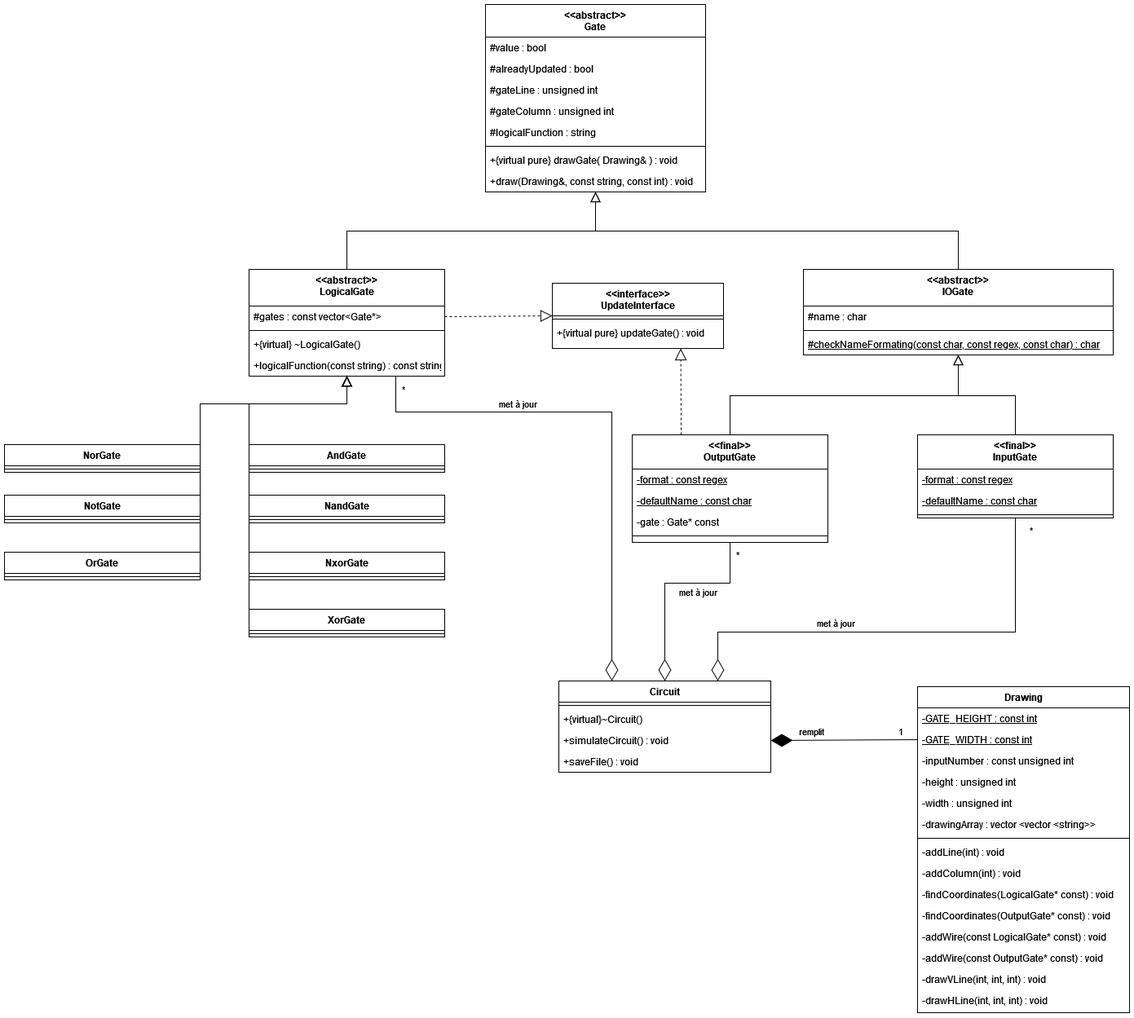
The draw.io diagram 01-Documentation/UML.png in clement-gresh/M1-portes_logiques, before a commit. Source tidied: cells renumbered, new cells last; positions are measured from the earlier drawing's top-left corner, leaving out a move shared by most shapes.
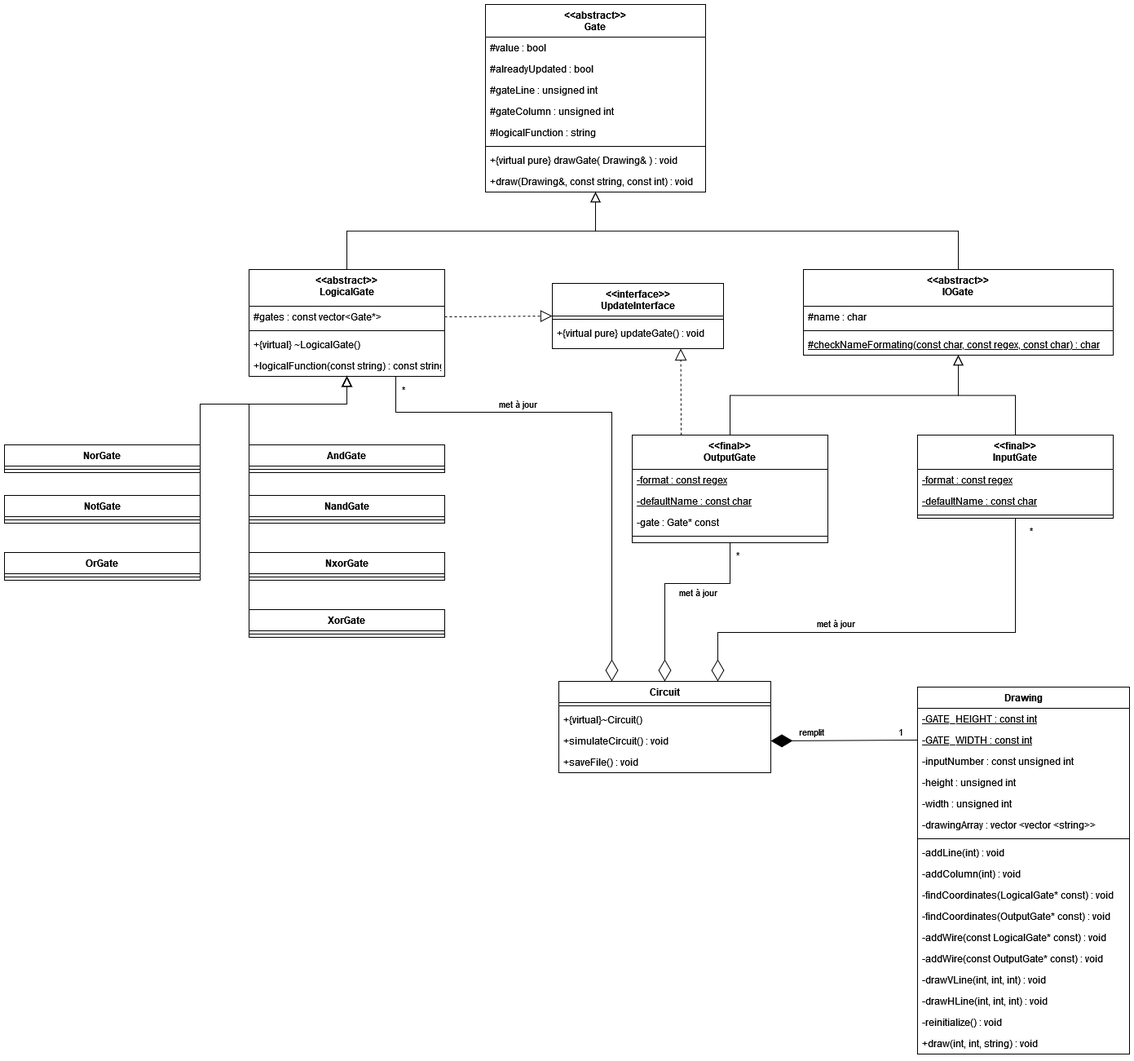
After the change.

What changed in the source:
```diff
@@ -219,7 +219,7 @@
       <mxGeometry y="86" width="260" height="26" as="geometry" />
     </mxCell>
     <mxCell id="63" value="Drawing" style="swimlane;fontStyle=1;align=center;verticalAlign=top;horizontal=1;startSize=26;rounded=0;shadow=0;strokeWidth=1;" parent="1" vertex="1">
-      <mxGeometry x="1120" y="837" width="260" height="400" as="geometry" />
+      <mxGeometry x="1120" y="837" width="260" height="450" as="geometry" />
     </mxCell>
     <mxCell id="64" value="-GATE_HEIGHT : const int" style="text;align=left;verticalAlign=top;spacingLeft=4;spacingRight=4;overflow=hidden;fontStyle=4;" parent="63" vertex="1">
       <mxGeometry y="26" width="260" height="26" as="geometry" />
@@ -266,6 +266,12 @@
     <mxCell id="78" value="-drawHLine(int, int, int) : void" style="text;align=left;verticalAlign=top;spacingLeft=4;spacingRight=4;overflow=hidden;" parent="63" vertex="1">
       <mxGeometry y="372" width="260" height="26" as="geometry" />
     </mxCell>
+    <mxCell id="92" value="-reinitialize() : void" style="text;align=left;verticalAlign=top;spacingLeft=4;spacingRight=4;overflow=hidden;" parent="63" vertex="1">
+      <mxGeometry y="398" width="260" height="26" as="geometry" />
+    </mxCell>
+    <mxCell id="93" value="+draw(int, int, string) : void" style="text;align=left;verticalAlign=top;spacingLeft=4;spacingRight=4;overflow=hidden;" parent="63" vertex="1">
+      <mxGeometry y="424" width="260" height="26" as="geometry" />
+    </mxCell>
     <mxCell id="79" style="endArrow=block;dashed=1;endFill=0;endSize=12;html=1;rounded=0;fontSize=11;targetPerimeterSpacing=0;exitX=0.25;exitY=0;exitDx=0;exitDy=0;entryX=0.75;entryY=1;entryDx=0;entryDy=0;" parent="1" edge="1" source="47" target="22">
       <mxGeometry relative="1" as="geometry" />
     </mxCell>
```
